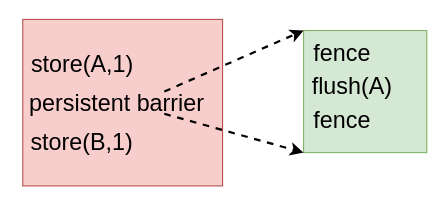
Earlier version of the draw.io diagram persistent_barrier.drawio (arunkp1986/CAR3S). Source tidied: cells renumbered, new cells numbered last; positions are measured from the earlier drawing's top-left corner, leaving out a move shared by most shapes. Both pictures are drawn from the tidied source at 111%, with x=0, y=0 at pixel (18, 19).
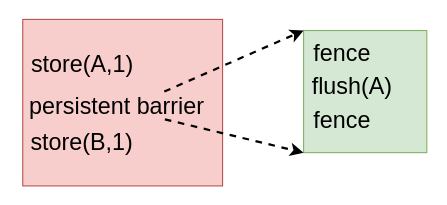
The same page after the edit.

The edit, as a diff of the source:
```diff
@@
 <mxGraphModel>
   <root>
     <mxCell id="0" />
     <mxCell id="1" parent="0" />
     <mxCell id="2" style="rounded=0;whiteSpace=wrap;html=1;align=left;fontSize=21;fillColor=#f8cecc;strokeColor=#b85450;" parent="1" vertex="1">
       <mxGeometry x="4" width="180" height="150" as="geometry" />
     </mxCell>
     <mxCell id="3" style="rounded=0;whiteSpace=wrap;html=1;fontSize=21;align=left;fillColor=#d5e8d4;strokeColor=#82b366;" parent="1" vertex="1">
       <mxGeometry x="257" y="10" width="111" height="110" as="geometry" />
     </mxCell>
     <mxCell id="4" value="persistent barrier" style="text;html=1;strokeColor=none;fillColor=none;align=center;verticalAlign=middle;whiteSpace=wrap;rounded=0;fontSize=21;" parent="1" vertex="1">
-      <mxGeometry x="4" y="65" width="170" height="20" as="geometry" />
+      <mxGeometry x="4" y="65" width="170" height="25" as="geometry" />
     </mxCell>
     <mxCell id="5" value="store(B,1)" style="text;html=1;strokeColor=none;fillColor=none;align=center;verticalAlign=middle;whiteSpace=wrap;rounded=0;fontSize=21;" parent="1" vertex="1">
       <mxGeometry x="0.2" y="100" width="115" height="20" as="geometry" />
     </mxCell>
     <mxCell id="6" value="store(A,1)" style="text;html=1;strokeColor=none;fillColor=none;align=center;verticalAlign=middle;whiteSpace=wrap;rounded=0;fontSize=21;" parent="1" vertex="1">
       <mxGeometry x="4" y="30" width="107.5" height="20" as="geometry" />
     </mxCell>
     <mxCell id="7" value="fence" style="text;html=1;strokeColor=none;fillColor=none;align=center;verticalAlign=middle;whiteSpace=wrap;rounded=0;fontSize=21;" parent="1" vertex="1">
       <mxGeometry x="257" y="20" width="70" height="20" as="geometry" />
     </mxCell>
     <mxCell id="8" value="flush(A)" style="text;html=1;strokeColor=none;fillColor=none;align=center;verticalAlign=middle;whiteSpace=wrap;rounded=0;fontSize=21;" parent="1" vertex="1">
       <mxGeometry x="256" y="50" width="90" height="20" as="geometry" />
     </mxCell>
     <mxCell id="9" value="fence" style="text;html=1;strokeColor=none;fillColor=none;align=center;verticalAlign=middle;whiteSpace=wrap;rounded=0;fontSize=21;" parent="1" vertex="1">
       <mxGeometry x="257" y="80" width="70" height="20" as="geometry" />
     </mxCell>
     <mxCell id="10" style="endArrow=classic;html=1;fontSize=21;entryX=0;entryY=0;entryDx=0;entryDy=0;exitX=0.75;exitY=0;exitDx=0;exitDy=0;strokeWidth=2;dashed=1;" parent="1" edge="1" source="4" target="3">
       <mxGeometry relative="1" as="geometry" />
     </mxCell>
-    <mxCell id="11" style="endArrow=classic;html=1;fontSize=21;entryX=0;entryY=1;entryDx=0;entryDy=0;exitX=0.75;exitY=1;exitDx=0;exitDy=0;strokeWidth=2;dashed=1;" parent="1" edge="1" source="4" target="3">
-      <mxGeometry relative="1" as="geometry" />
+    <mxCell id="11" style="endArrow=classic;html=1;fontSize=21;entryX=0;entryY=1;entryDx=0;entryDy=0;strokeWidth=2;dashed=1;" parent="1" edge="1" target="3">
+      <mxGeometry relative="1" as="geometry">
+        <mxPoint x="132" y="90" as="sourcePoint" />
+      </mxGeometry>
     </mxCell>
   </root>
 </mxGraphModel>
```
